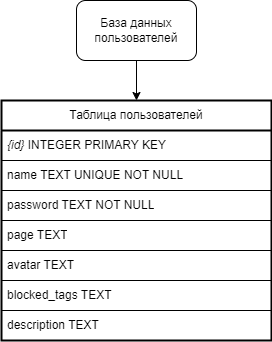
abnormalize0/DailyTeleFrog keeps this draw.io diagram as server/doc/source/images/users.drawio.png. Above is the earlier version. Source tidied: cells renumbered, new cells last; positions are measured from the earlier drawing's top-left corner, leaving out a move shared by most shapes.
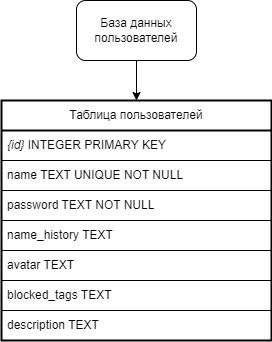
Above is the later version.

Commit message:
73 name history added

The edit, as a diff of the source:
```diff
@@ -20,7 +20,7 @@
     <mxCell id="7" value="password TEXT NOT NULL" style="text;strokeColor=default;fillColor=none;align=left;verticalAlign=middle;spacingLeft=4;spacingRight=4;overflow=hidden;whiteSpace=wrap;html=1;" parent="4" vertex="1">
       <mxGeometry y="90" width="270" height="30" as="geometry" />
     </mxCell>
-    <mxCell id="8" value="page TEXT" style="text;strokeColor=default;fillColor=none;align=left;verticalAlign=middle;spacingLeft=4;spacingRight=4;overflow=hidden;whiteSpace=wrap;html=1;" parent="4" vertex="1">
+    <mxCell id="8" value="name_history TEXT" style="text;strokeColor=default;fillColor=none;align=left;verticalAlign=middle;spacingLeft=4;spacingRight=4;overflow=hidden;whiteSpace=wrap;html=1;" parent="4" vertex="1">
       <mxGeometry y="120" width="270" height="30" as="geometry" />
     </mxCell>
     <mxCell id="9" value="avatar TEXT" style="text;strokeColor=default;fillColor=none;align=left;verticalAlign=middle;spacingLeft=4;spacingRight=4;overflow=hidden;whiteSpace=wrap;html=1;" parent="4" vertex="1">
```
